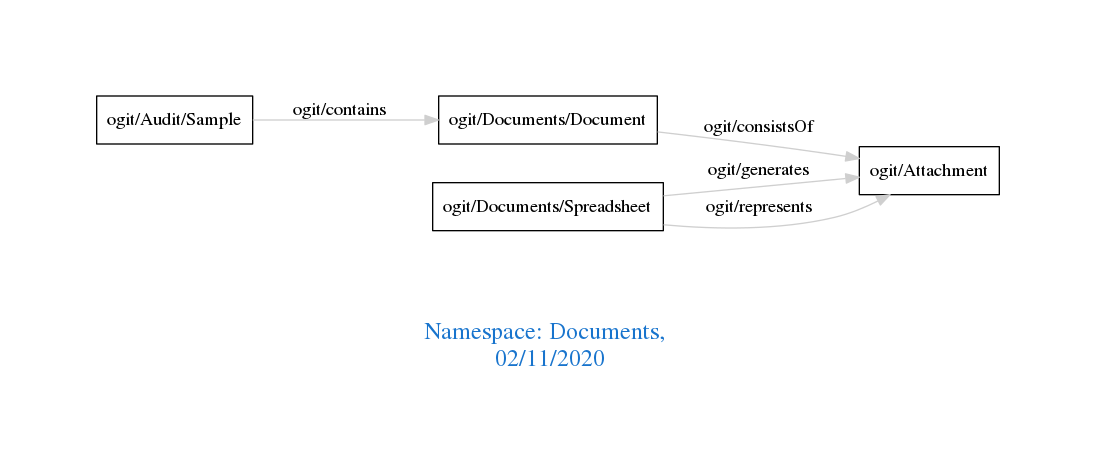
arago/OGIT keeps this Graphviz diagram as downloads/Documents.png. Above is the earlier version. Its source is kept beside it as downloads/Documents.dot.
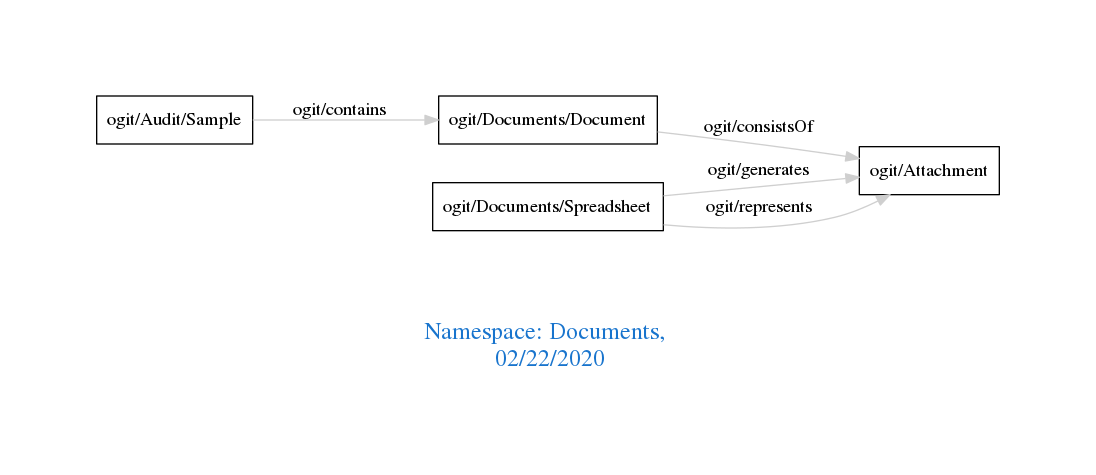
Later version of the same file.

The edit, as a diff of the source:
```diff
@@ -1,7 +1,7 @@
 digraph OGIT_ontology {
  graph [ rankdir= LR,pad=1
 fontsize = 18,
-fontcolor= dodgerblue3,label = "\n\n\nNamespace: Documents, \n 02/11/2020"];
+fontcolor= dodgerblue3,label = "\n\n\nNamespace: Documents, \n 02/22/2020"];
 node[shape=polygon];
 edge [  color="gray81"];
 
```
